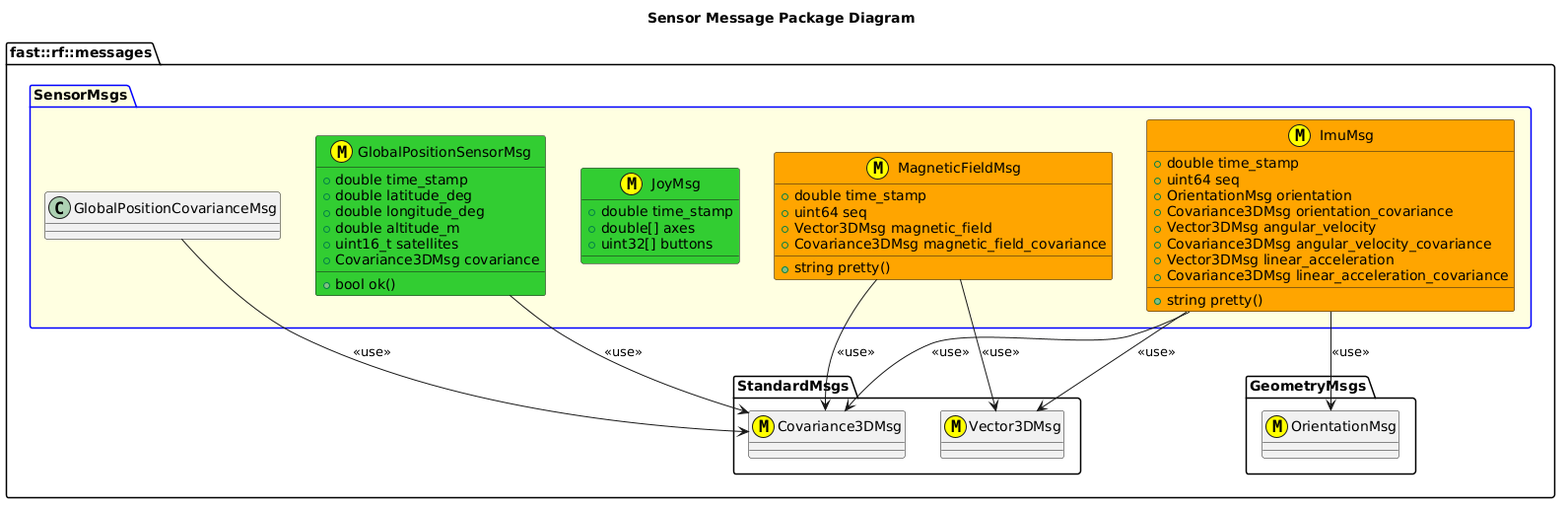
fastrobotics/robot_framework keeps this PlantUML diagram as msgs/SensorMsgs/doc/puml/SensorMessagesClassDiagram.png. Above is the earlier version. Its diagram source:
```plantuml
@startuml
title Sensor Message Package Diagram

namespace fast::rf::messages {
  namespace StandardMsgs {
    class Covariance3DMsg <<(M,#FFFF00) >>
    class Vector3DMsg <<(M,#FFFF00)>>
  }
  namespace GeometryMsgs {
    class OrientationMsg <<(M,#FFFF00) >>
  }
  package SensorMsgs #LightYellow;line:blue {
    GlobalPositionCovarianceMsg --> Covariance3DMsg: <<use>>
    struct GlobalPositionSensorMsg <<(M,#FFFF00)>> #LimeGreen {
      +double time_stamp
      +double latitude_deg
      +double longitude_deg
      +double altitude_m
      +uint16_t satellites
      +Covariance3DMsg covariance
      +bool ok()
    }
    GlobalPositionSensorMsg --> Covariance3DMsg: <<use>>

    struct JoyMsg <<(M,#FFFF00)>> #LimeGreen {
      +double time_stamp
      +double[] axes
      +uint32[] buttons
    }

    struct ImuMsg <<(M,#FFFF00)>> #Orange {
      +double time_stamp
      +uint64 seq
      +OrientationMsg orientation
      +Covariance3DMsg orientation_covariance
      +Vector3DMsg angular_velocity
      +Covariance3DMsg angular_velocity_covariance
      +Vector3DMsg linear_acceleration
      +Covariance3DMsg linear_acceleration_covariance
      +string pretty()
    }
    ImuMsg --> OrientationMsg: <<use>>
    ImuMsg --> Vector3DMsg: <<use>>
    ImuMsg --> Covariance3DMsg: <<use>>

    struct MagneticFieldMsg <<(M,#FFFF00)>> #Orange {
      +double time_stamp
      +uint64 seq
      +Vector3DMsg magnetic_field
      +Covariance3DMsg magnetic_field_covariance
      +string pretty()
    }
    MagneticFieldMsg --> Vector3DMsg: <<use>>
    MagneticFieldMsg --> Covariance3DMsg: <<use>>
  }
  @enduml
```
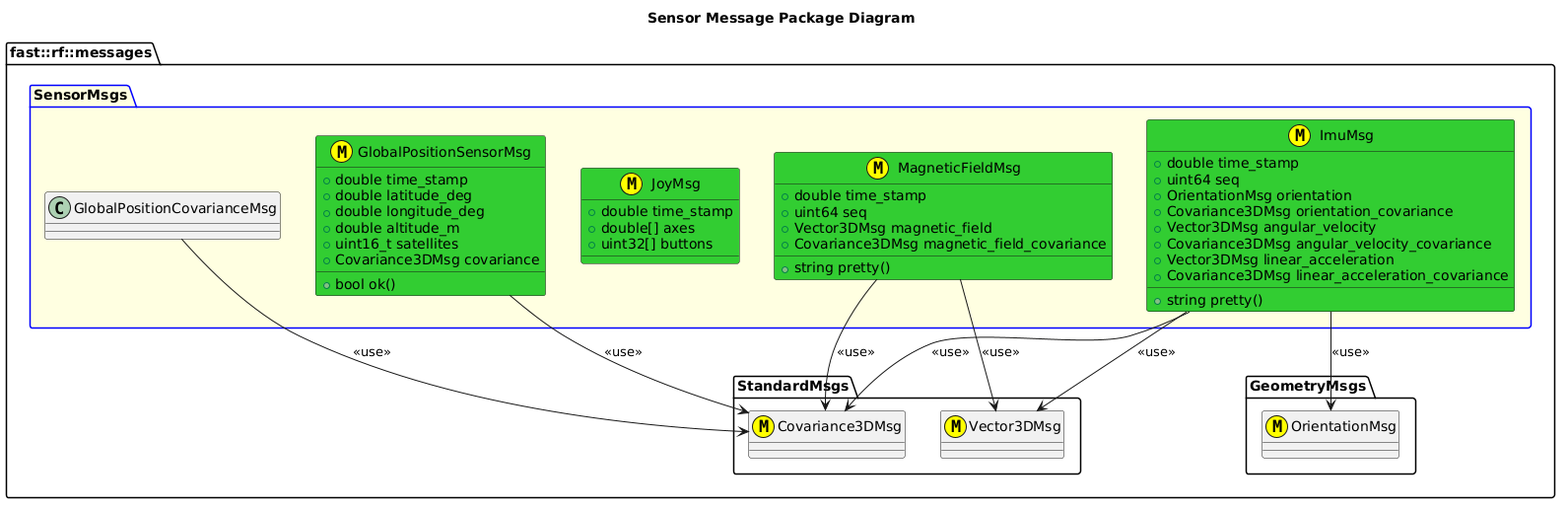
The same diagram one commit later.

The edit, as a diff of the source:
```diff
@@ -28,7 +28,7 @@
       +uint32[] buttons
     }
 
-    struct ImuMsg <<(M,#FFFF00)>> #Orange {
+    struct ImuMsg <<(M,#FFFF00)>> #LimeGreen {
       +double time_stamp
       +uint64 seq
       +OrientationMsg orientation
@@ -43,7 +43,7 @@
     ImuMsg --> Vector3DMsg: <<use>>
     ImuMsg --> Covariance3DMsg: <<use>>
 
-    struct MagneticFieldMsg <<(M,#FFFF00)>> #Orange {
+    struct MagneticFieldMsg <<(M,#FFFF00)>> #LimeGreen {
       +double time_stamp
       +uint64 seq
       +Vector3DMsg magnetic_field
```
